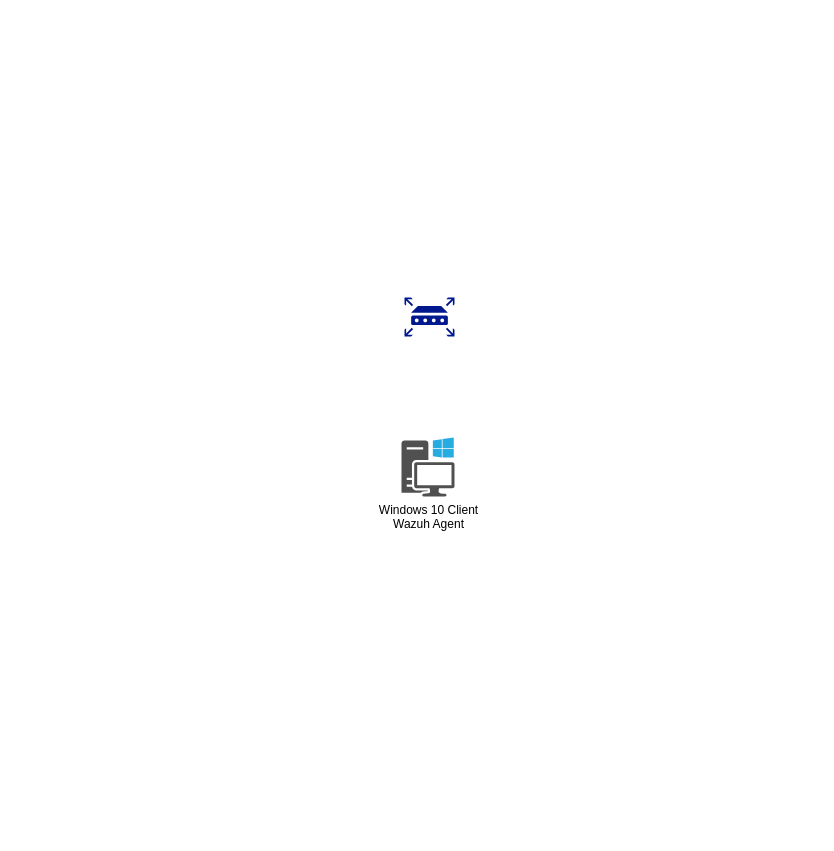
The draw.io diagram SOC home lab.drawio in cubanrice/cubanrice.github.io, before the edit. Source tidied: cells renumbered, new cells numbered last; positions are measured from the earlier drawing's top-left corner, leaving out a move shared by most shapes. Both pictures are drawn from the tidied source at 100%, with x=0, y=0 at pixel (401, 297).
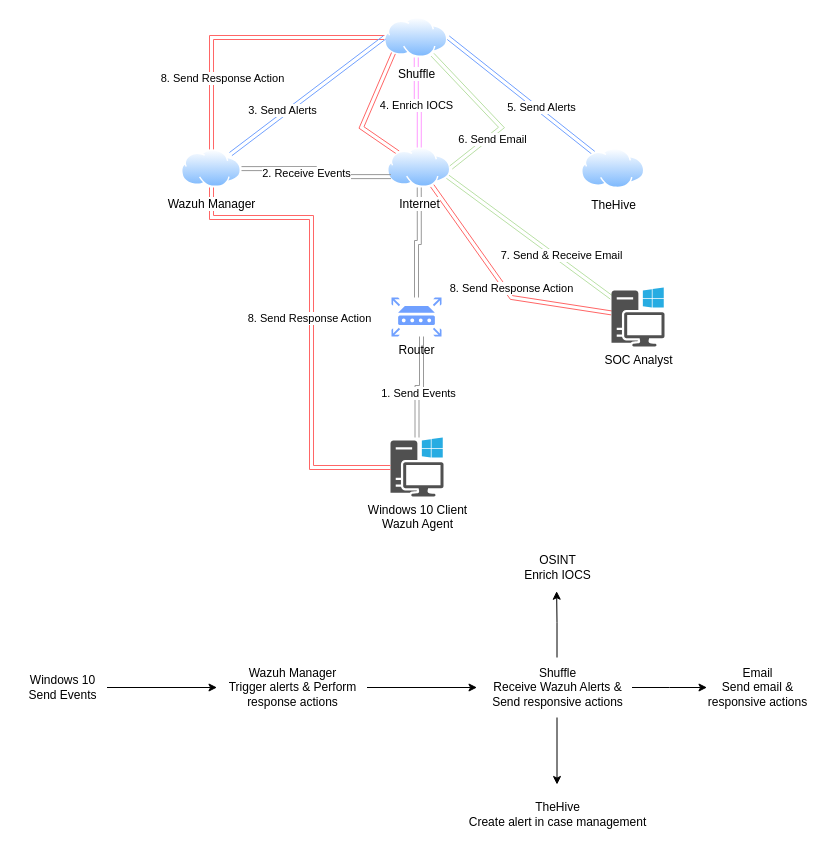
The same page after the edit.

What changed in the source:
```diff
@@
+    <mxCell id="4" style="edgeStyle=orthogonalEdgeStyle;rounded=0;jettySize=auto;html=1;startArrow=classic;startFill=1;shape=link;strokeColor=#999999;" parent="1" edge="1" source="2" target="3">
+      <mxGeometry relative="1" as="geometry">
+        <Array as="points">
+          <mxPoint x="16" y="90" />
+          <mxPoint x="20" y="90" />
+        </Array>
+      </mxGeometry>
+    </mxCell>
+    <mxCell id="5" value="1. Send Events" style="edgeLabel;html=1;align=center;verticalAlign=middle;" parent="4" vertex="1">
+      <mxGeometry x="-0.15" relative="1" as="geometry">
+        <mxPoint x="1" as="offset" />
+      </mxGeometry>
+    </mxCell>
     <mxCell id="2" value="Windows 10 Client&lt;div&gt;Wazuh Agent&lt;/div&gt;" style="sketch=0;shadow=0;dashed=0;html=1;strokeColor=none;fillColor=#505050;labelPosition=center;verticalLabelPosition=bottom;verticalAlign=top;outlineConnect=0;align=center;shape=mxgraph.office.devices.workstation_pc;" parent="1" vertex="1">
-      <mxGeometry y="140" width="53" height="59" as="geometry" />
+      <mxGeometry x="-11" y="140" width="53" height="59" as="geometry" />
     </mxCell>
+    <mxCell id="6" style="edgeStyle=orthogonalEdgeStyle;rounded=0;jettySize=auto;html=1;entryX=0.5;entryY=1;entryDx=0;entryDy=0;strokeColor=#999999;startArrow=classic;startFill=1;shape=link;" parent="1" edge="1" source="3" target="13">
+      <mxGeometry relative="1" as="geometry" />
+    </mxCell>
-    <mxCell id="3" style="sketch=0;shadow=0;dashed=0;html=1;strokeColor=none;labelPosition=center;verticalLabelPosition=bottom;verticalAlign=top;align=center;fillColor=#00188D;shape=mxgraph.mscae.enterprise.router;" parent="1" vertex="1">
-      <mxGeometry x="3" width="50" height="39" as="geometry" />
+    <mxCell id="3" value="Router" style="sketch=0;shadow=0;dashed=0;html=1;strokeColor=none;labelPosition=center;verticalLabelPosition=bottom;verticalAlign=top;align=center;fillColor=#70A0FF;shape=mxgraph.mscae.enterprise.router;" parent="1" vertex="1">
+      <mxGeometry x="-10" width="50" height="39" as="geometry" />
     </mxCell>
+    <mxCell id="7" style="rounded=0;jettySize=auto;html=1;entryX=1;entryY=0.75;entryDx=0;entryDy=0;shape=link;strokeColor=#B9E0A5;" parent="1" edge="1" source="11" target="13">
+      <mxGeometry relative="1" as="geometry" />
+    </mxCell>
+    <mxCell id="8" value="7. Send &amp;amp; Receive Email" style="edgeLabel;html=1;align=center;verticalAlign=middle;" parent="7" vertex="1">
+      <mxGeometry x="-0.35" y="-4" relative="1" as="geometry" />
+    </mxCell>
+    <mxCell id="9" style="rounded=0;jettySize=auto;html=1;shape=link;strokeColor=#FF6666;" parent="1" edge="1" source="11" target="13">
+      <mxGeometry relative="1" as="geometry">
+        <Array as="points">
+          <mxPoint x="110" />
+        </Array>
+      </mxGeometry>
+    </mxCell>
+    <mxCell id="10" value="8. Send Response Action" style="edgeLabel;html=1;align=center;verticalAlign=middle;" parent="9" vertex="1">
+      <mxGeometry x="-0.33" y="-2" relative="1" as="geometry">
+        <mxPoint x="-22" y="-11" as="offset" />
+      </mxGeometry>
+    </mxCell>
+    <mxCell id="11" value="SOC Analyst" style="sketch=0;shadow=0;dashed=0;html=1;strokeColor=none;fillColor=#505050;labelPosition=center;verticalLabelPosition=bottom;verticalAlign=top;outlineConnect=0;align=center;shape=mxgraph.office.devices.workstation_pc;" parent="1" vertex="1">
+      <mxGeometry x="210" y="-10" width="53" height="59" as="geometry" />
+    </mxCell>
+    <mxCell id="12" style="rounded=0;jettySize=auto;html=1;entryX=0;entryY=1;entryDx=0;entryDy=0;shape=link;strokeColor=#FF6666;" parent="1" edge="1" source="13" target="22">
+      <mxGeometry relative="1" as="geometry">
+        <Array as="points">
+          <mxPoint x="-40" y="-170" />
+        </Array>
+      </mxGeometry>
+    </mxCell>
+    <mxCell id="13" value="Internet" style="image;perimeter=ellipsePerimeter;html=1;align=center;shadow=0;dashed=0;spacingTop=3;image=img/lib/active_directory/internet_cloud.svg;" parent="1" vertex="1">
+      <mxGeometry x="-14" y="-150" width="63.5" height="40" as="geometry" />
+    </mxCell>
+    <mxCell id="14" style="edgeStyle=orthogonalEdgeStyle;rounded=0;jettySize=auto;html=1;shape=link;strokeColor=#FF99FF;" parent="1" edge="1" source="22" target="13">
+      <mxGeometry relative="1" as="geometry" />
+    </mxCell>
+    <mxCell id="15" value="4. Enrich IOCS" style="edgeLabel;html=1;align=center;verticalAlign=middle;" parent="14" vertex="1">
+      <mxGeometry x="0.1" y="-3" relative="1" as="geometry" />
+    </mxCell>
+    <mxCell id="16" style="rounded=0;jettySize=auto;html=1;shape=link;strokeColor=#70A0FF;exitX=1;exitY=0.5;exitDx=0;exitDy=0;" parent="1" edge="1" source="22" target="23">
+      <mxGeometry relative="1" as="geometry" />
+    </mxCell>
+    <mxCell id="17" value="5. Send Alerts" style="edgeLabel;html=1;align=center;verticalAlign=middle;" parent="16" vertex="1">
+      <mxGeometry x="0.42" y="-5" relative="1" as="geometry">
+        <mxPoint x="-7" y="-16" as="offset" />
+      </mxGeometry>
+    </mxCell>
+    <mxCell id="18" style="rounded=0;jettySize=auto;html=1;entryX=1;entryY=0.5;entryDx=0;entryDy=0;shape=link;strokeColor=#B9E0A5;" parent="1" edge="1" source="22" target="13">
+      <mxGeometry relative="1" as="geometry">
+        <Array as="points">
+          <mxPoint x="100" y="-170" />
+        </Array>
+      </mxGeometry>
+    </mxCell>
+    <mxCell id="19" value="6. Send Email" style="edgeLabel;html=1;align=center;verticalAlign=middle;" parent="18" vertex="1">
+      <mxGeometry x="-0.19" y="1" relative="1" as="geometry">
+        <mxPoint x="13" y="36" as="offset" />
+      </mxGeometry>
+    </mxCell>
+    <mxCell id="20" style="edgeStyle=orthogonalEdgeStyle;rounded=0;jettySize=auto;html=1;shape=link;strokeColor=#FF6666;" parent="1" edge="1" source="22" target="30">
+      <mxGeometry relative="1" as="geometry" />
+    </mxCell>
+    <mxCell id="21" value="8. Send Response Action" style="edgeLabel;html=1;align=center;verticalAlign=middle;" parent="20" vertex="1">
+      <mxGeometry x="-0.38" y="-2" relative="1" as="geometry">
+        <mxPoint x="-75" y="42" as="offset" />
+      </mxGeometry>
+    </mxCell>
+    <mxCell id="22" value="Shuffle" style="image;perimeter=ellipsePerimeter;html=1;align=center;shadow=0;dashed=0;spacingTop=3;image=img/lib/active_directory/internet_cloud.svg;" parent="1" vertex="1">
+      <mxGeometry x="-17" y="-280" width="63.5" height="40" as="geometry" />
+    </mxCell>
+    <mxCell id="23" value="TheHive" style="image;perimeter=ellipsePerimeter;html=1;align=center;shadow=0;dashed=0;spacingTop=3;image=img/lib/active_directory/internet_cloud.svg;" parent="1" vertex="1">
+      <mxGeometry x="180" y="-148.9" width="63.5" height="40" as="geometry" />
+    </mxCell>
+    <mxCell id="24" style="edgeStyle=orthogonalEdgeStyle;rounded=0;jettySize=auto;html=1;shape=link;strokeColor=#999999;entryX=0;entryY=0.75;entryDx=0;entryDy=0;" parent="1" edge="1" source="30" target="13">
+      <mxGeometry relative="1" as="geometry" />
+    </mxCell>
+    <mxCell id="25" value="2. Receive Events" style="edgeLabel;html=1;align=center;verticalAlign=middle;" parent="24" vertex="1">
+      <mxGeometry x="-0.19" y="-4" relative="1" as="geometry" />
+    </mxCell>
+    <mxCell id="26" style="rounded=0;jettySize=auto;html=1;entryX=0;entryY=0.5;entryDx=0;entryDy=0;shape=link;strokeColor=#70A0FF;" parent="1" edge="1" source="30" target="22">
+      <mxGeometry relative="1" as="geometry" />
+    </mxCell>
+    <mxCell id="27" value="3. Send Alerts" style="edgeLabel;html=1;align=center;verticalAlign=middle;" parent="26" vertex="1">
+      <mxGeometry x="-0.3" y="4" relative="1" as="geometry" />
+    </mxCell>
+    <mxCell id="28" style="rounded=0;jettySize=auto;html=1;shape=link;edgeStyle=orthogonalEdgeStyle;strokeColor=#FF6666;" parent="1" edge="1" source="30" target="2">
+      <mxGeometry relative="1" as="geometry">
+        <Array as="points">
+          <mxPoint x="-190" y="-80" />
+          <mxPoint x="-90" y="-80" />
+          <mxPoint x="-90" y="170" />
+        </Array>
+      </mxGeometry>
+    </mxCell>
+    <mxCell id="29" value="8. Send Response Action" style="edgeLabel;html=1;align=center;verticalAlign=middle;" parent="28" vertex="1">
+      <mxGeometry x="-0.43" y="-3" relative="1" as="geometry">
+        <mxPoint y="99" as="offset" />
+      </mxGeometry>
+    </mxCell>
+    <mxCell id="30" value="Wazuh Manager" style="image;perimeter=ellipsePerimeter;html=1;align=center;shadow=0;dashed=0;spacingTop=3;image=img/lib/active_directory/internet_cloud.svg;" parent="1" vertex="1">
+      <mxGeometry x="-220" y="-147.8" width="60" height="37.8" as="geometry" />
+    </mxCell>
+    <mxCell id="31" style="edgeStyle=orthogonalEdgeStyle;rounded=0;jettySize=auto;html=1;" parent="1" edge="1" source="32">
+      <mxGeometry relative="1" as="geometry">
+        <mxPoint x="-184.5" y="390" as="targetPoint" />
+      </mxGeometry>
+    </mxCell>
+    <mxCell id="32" value="Windows 10&lt;div&gt;Send Events&lt;/div&gt;" style="text;html=1;align=center;verticalAlign=middle;points=[];strokeColor=none;fillColor=none;" parent="1" vertex="1">
+      <mxGeometry x="-384.5" y="370" width="90" height="40" as="geometry" />
+    </mxCell>
+    <mxCell id="33" style="edgeStyle=orthogonalEdgeStyle;rounded=0;jettySize=auto;html=1;" parent="1" edge="1" source="34">
+      <mxGeometry relative="1" as="geometry">
+        <mxPoint x="75.5" y="390" as="targetPoint" />
+      </mxGeometry>
+    </mxCell>
+    <mxCell id="34" value="Wazuh Manager&lt;div&gt;Trigger alerts &amp;amp; Perform&lt;/div&gt;&lt;div&gt;response actions&lt;/div&gt;" style="text;html=1;align=center;verticalAlign=middle;points=[];strokeColor=none;fillColor=none;" parent="1" vertex="1">
+      <mxGeometry x="-184.5" y="360" width="150" height="60" as="geometry" />
+    </mxCell>
+    <mxCell id="35" style="edgeStyle=orthogonalEdgeStyle;rounded=0;jettySize=auto;html=1;entryX=0.496;entryY=1.093;entryDx=0;entryDy=0;entryPerimeter=0;" parent="1" edge="1" source="38" target="39">
+      <mxGeometry relative="1" as="geometry" />
+    </mxCell>
+    <mxCell id="36" style="edgeStyle=orthogonalEdgeStyle;rounded=0;jettySize=auto;html=1;" parent="1" edge="1" source="38">
+      <mxGeometry relative="1" as="geometry">
+        <mxPoint x="155.5" y="487" as="targetPoint" />
+      </mxGeometry>
+    </mxCell>
+    <mxCell id="37" style="edgeStyle=orthogonalEdgeStyle;rounded=0;jettySize=auto;html=1;" parent="1" edge="1" source="38">
+      <mxGeometry relative="1" as="geometry">
+        <mxPoint x="305.5" y="390" as="targetPoint" />
+      </mxGeometry>
+    </mxCell>
+    <mxCell id="38" value="Shuffle&lt;div&gt;Receive Wazuh Alerts &amp;amp;&lt;/div&gt;&lt;div&gt;Send responsive actions&lt;/div&gt;" style="text;html=1;align=center;verticalAlign=middle;points=[];strokeColor=none;fillColor=none;" parent="1" vertex="1">
+      <mxGeometry x="80.5" y="360" width="150" height="60" as="geometry" />
+    </mxCell>
+    <mxCell id="39" value="OSINT&lt;div&gt;Enrich IOCS&lt;/div&gt;" style="text;html=1;align=center;verticalAlign=middle;points=[];strokeColor=none;fillColor=none;" parent="1" vertex="1">
+      <mxGeometry x="110.5" y="250" width="90" height="40" as="geometry" />
+    </mxCell>
+    <mxCell id="40" value="TheHive&lt;div&gt;Create alert in case management&lt;/div&gt;" style="text;html=1;align=center;verticalAlign=middle;strokeColor=none;fillColor=none;" parent="1" vertex="1">
+      <mxGeometry x="55.5" y="497" width="200" height="40" as="geometry" />
+    </mxCell>
+    <mxCell id="41" value="Email&lt;div&gt;Send email &amp;amp;&lt;/div&gt;&lt;div&gt;responsive actions&lt;/div&gt;" style="text;html=1;align=center;verticalAlign=middle;strokeColor=none;fillColor=none;" parent="1" vertex="1">
+      <mxGeometry x="295.5" y="360" width="120" height="60" as="geometry" />
+    </mxCell>
```
